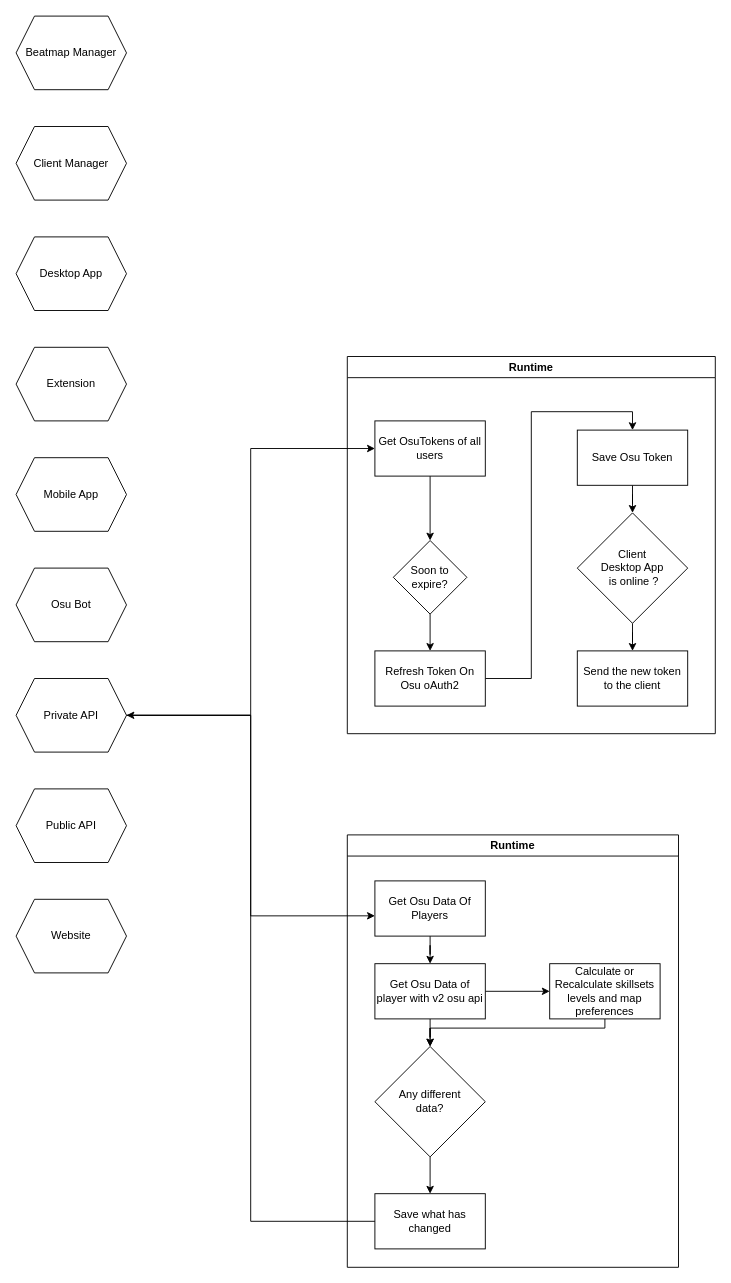
BellaFiora/BellaFiora keeps this draw.io diagram as page "user_manager" (10 of 11) of BellaFiora.drawio. Above is the earlier version. Source tidied: cells renumbered, new cells numbered last; positions are measured from the earlier drawing's top-left corner, leaving out a move shared by most shapes. Both pictures are drawn from the tidied source at 92%, with x=0, y=0 at pixel (16, 16).
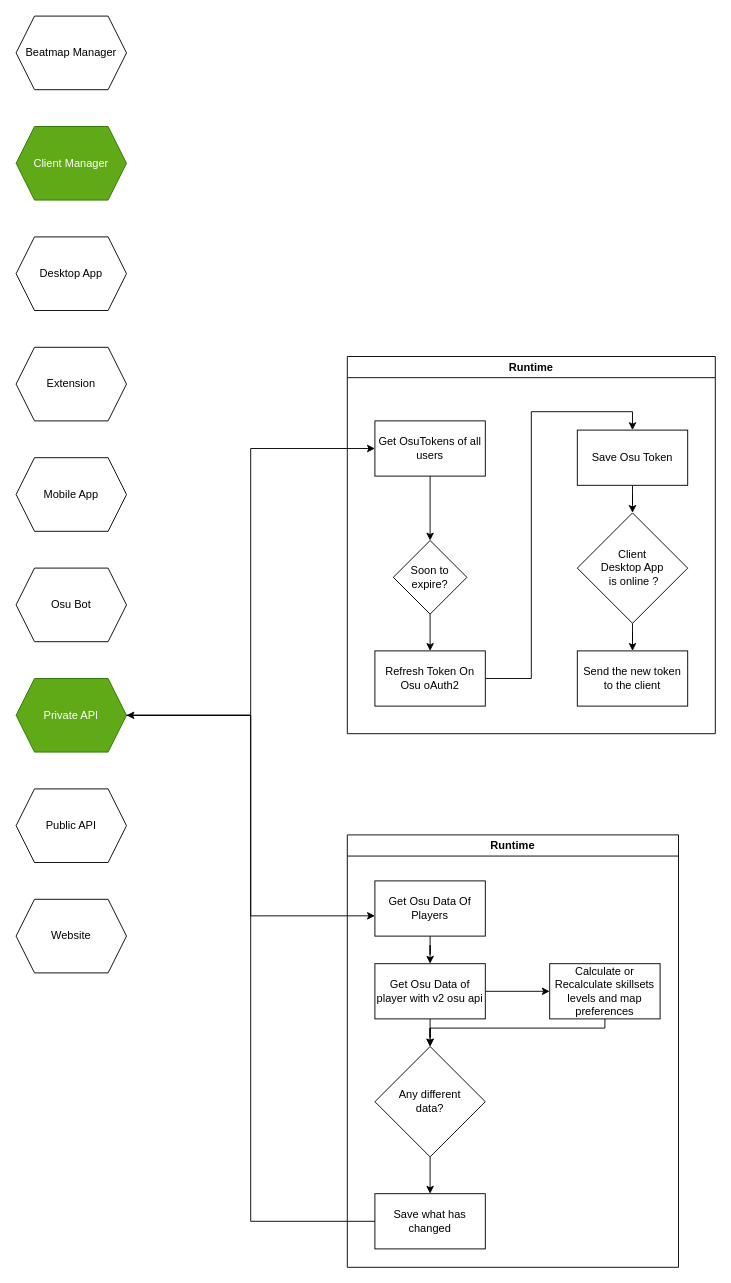
Above is the later version.

The edit, as a diff of the source:
```diff
@@
-    <mxCell id="3" value="Client Manager" style="shape=hexagon;perimeter=hexagonPerimeter2;whiteSpace=wrap;html=1;fixedSize=1;" parent="1" vertex="1">
+    <mxCell id="3" value="Client Manager" style="shape=hexagon;perimeter=hexagonPerimeter2;whiteSpace=wrap;html=1;fixedSize=1;fillColor=#60a917;fontColor=#ffffff;strokeColor=#2D7600;" parent="1" vertex="1">
       <mxGeometry y="120" width="120" height="80" as="geometry" />
     </mxCell>
@@
-    <mxCell id="9" value="Private API" style="shape=hexagon;perimeter=hexagonPerimeter2;whiteSpace=wrap;html=1;fixedSize=1;" parent="1" vertex="1">
+    <mxCell id="9" value="Private API" style="shape=hexagon;perimeter=hexagonPerimeter2;whiteSpace=wrap;html=1;fixedSize=1;fillColor=#60a917;fontColor=#ffffff;strokeColor=#2D7600;" parent="1" vertex="1">
       <mxGeometry y="720" width="120" height="80" as="geometry" />
     </mxCell>
```
